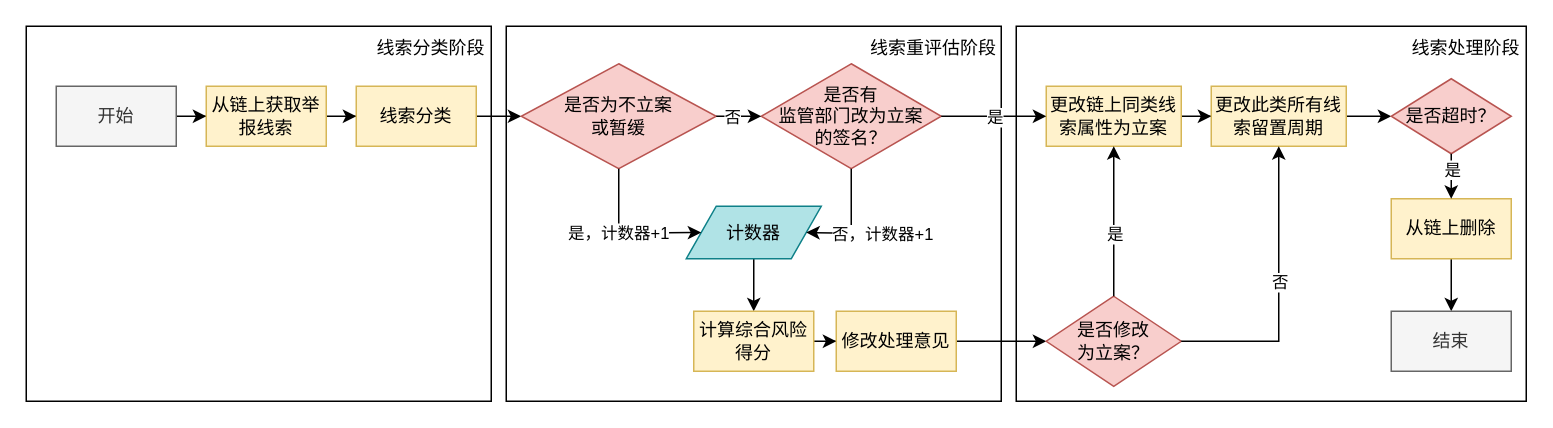
Before: risk_assessment_step.drawio in jiang-111/crispy-parakeet, a draw.io diagram. Source tidied: cells renumbered, new cells numbered last; positions are measured from the earlier drawing's top-left corner, leaving out a move shared by most shapes. Both pictures are drawn from the tidied source at 150%, with x=0, y=0 at pixel (26, 26).
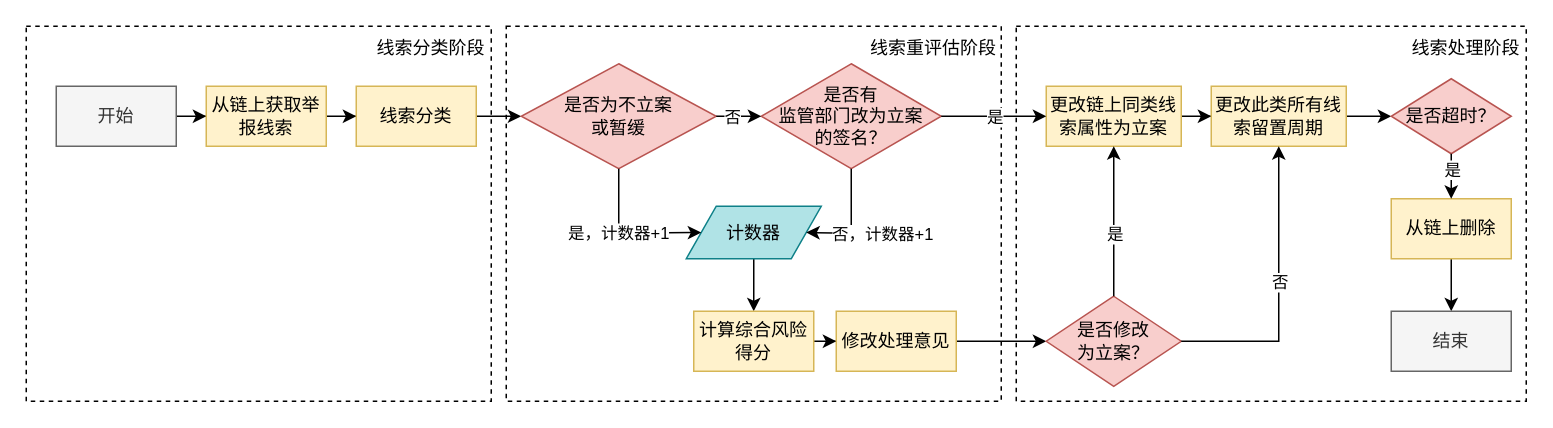
After the change.

Diff of the diagram source:
```diff
@@
-    <mxCell id="2" style="rounded=0;whiteSpace=wrap;html=1;" parent="1" vertex="1">
+    <mxCell id="2" style="rounded=0;whiteSpace=wrap;html=1;dashed=1;" parent="1" vertex="1">
       <mxGeometry x="660" width="340" height="250" as="geometry" />
     </mxCell>
-    <mxCell id="3" style="rounded=0;whiteSpace=wrap;html=1;" parent="1" vertex="1">
+    <mxCell id="3" style="rounded=0;whiteSpace=wrap;html=1;dashed=1;" parent="1" vertex="1">
       <mxGeometry x="320" width="330" height="250" as="geometry" />
     </mxCell>
-    <mxCell id="4" style="rounded=0;whiteSpace=wrap;html=1;" parent="1" vertex="1">
+    <mxCell id="4" style="rounded=0;whiteSpace=wrap;html=1;dashed=1;" parent="1" vertex="1">
       <mxGeometry width="310" height="250" as="geometry" />
     </mxCell>
```
